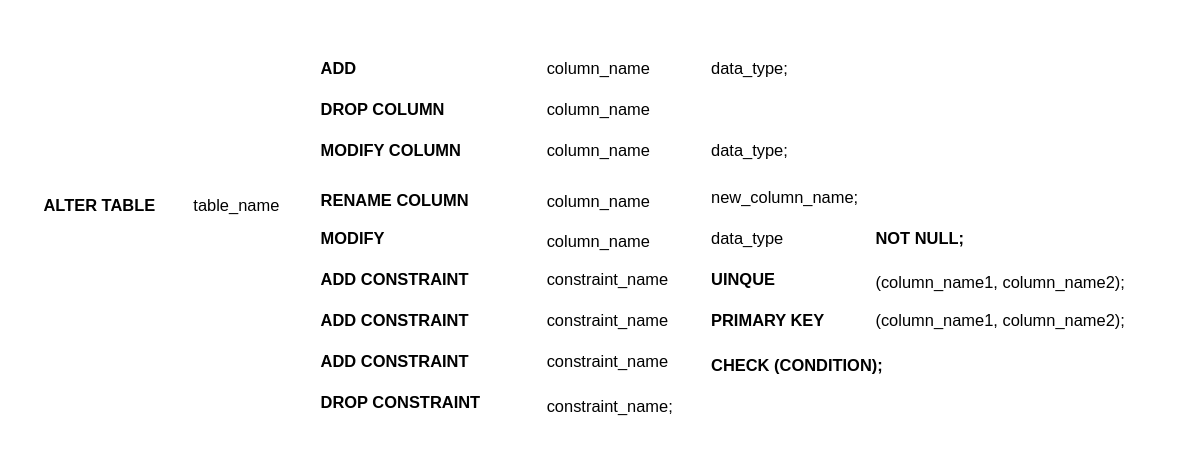
The draw.io diagram Alter Diagram.drawio in hipradeep/daigrams, before the edit. Source tidied: cells renumbered, new cells numbered last; positions are measured from the earlier drawing's top-left corner, leaving out a move shared by most shapes. Both pictures are drawn from the tidied source at 137%, with x=0, y=0 at pixel (23, 48).
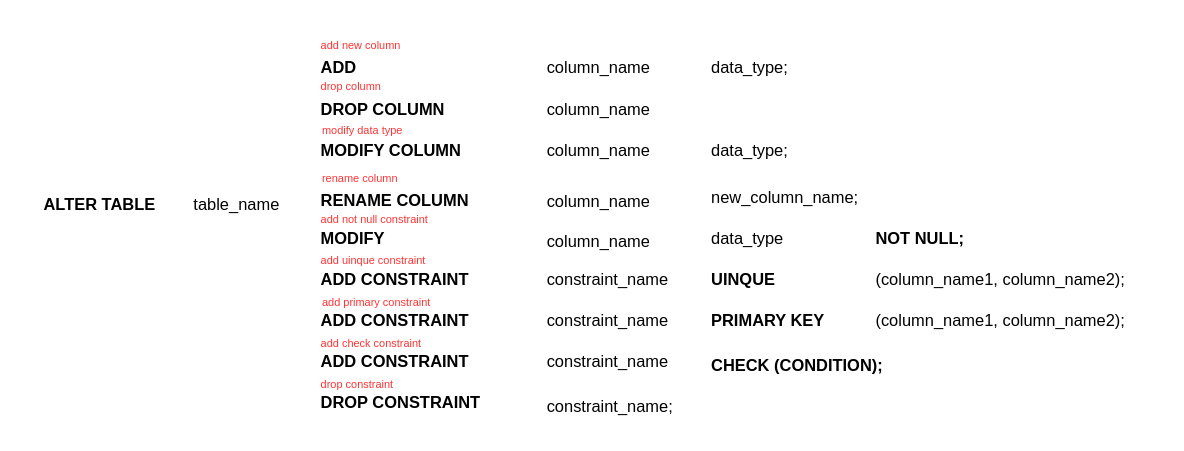
The same diagram, later.

The edit, as a diff of the source:
```diff
@@
     <mxCell id="2" value="&lt;b&gt;ALTER TABLE&lt;/b&gt;" style="text;html=1;align=center;verticalAlign=middle;strokeColor=none;fillColor=none;" parent="1" vertex="1">
-      <mxGeometry y="100" width="110" height="30" as="geometry" />
+      <mxGeometry y="99" width="110" height="30" as="geometry" />
     </mxCell>
     <mxCell id="3" value="table_name" style="text;html=1;align=center;verticalAlign=middle;strokeColor=none;fillColor=none;" parent="1" vertex="1">
-      <mxGeometry x="110" y="100" width="90" height="30" as="geometry" />
+      <mxGeometry x="110" y="99" width="90" height="30" as="geometry" />
     </mxCell>
     <mxCell id="4" value="&lt;b&gt;ADD&lt;/b&gt;" style="text;html=1;align=left;verticalAlign=middle;strokeColor=none;fillColor=none;" parent="1" vertex="1">
-      <mxGeometry x="215" width="50" height="30" as="geometry" />
+      <mxGeometry x="215" y="-1" width="50" height="30" as="geometry" />
     </mxCell>
     <mxCell id="5" value="column_name" style="text;html=1;align=left;verticalAlign=middle;strokeColor=none;fillColor=none;" parent="1" vertex="1">
-      <mxGeometry x="380" width="100" height="30" as="geometry" />
+      <mxGeometry x="380" y="-1" width="100" height="30" as="geometry" />
     </mxCell>
     <mxCell id="6" value="data_type;" style="text;html=1;align=left;verticalAlign=middle;strokeColor=none;fillColor=none;" parent="1" vertex="1">
-      <mxGeometry x="500" width="80" height="30" as="geometry" />
+      <mxGeometry x="500" y="-1" width="80" height="30" as="geometry" />
     </mxCell>
@@
     <mxCell id="17" value="(column_name1, column_name2);" style="text;html=1;align=left;verticalAlign=middle;strokeColor=none;fillColor=none;" parent="1" vertex="1">
-      <mxGeometry x="620" y="156" width="210" height="30" as="geometry" />
+      <mxGeometry x="620" y="154" width="210" height="30" as="geometry" />
     </mxCell>
@@
+    <mxCell id="32" value="&lt;font color=&quot;#ff3333&quot; style=&quot;font-size: 8px; line-height: 1.2;&quot;&gt;add new column&lt;/font&gt;" style="text;html=1;align=left;verticalAlign=middle;strokeColor=none;fillColor=none;" parent="1" vertex="1">
+      <mxGeometry x="215" y="-18" width="80" height="30" as="geometry" />
+    </mxCell>
+    <mxCell id="33" value="&lt;font color=&quot;#ff3333&quot; style=&quot;font-size: 8px; line-height: 1.2;&quot;&gt;drop column&lt;/font&gt;" style="text;html=1;align=left;verticalAlign=middle;strokeColor=none;fillColor=none;" parent="1" vertex="1">
+      <mxGeometry x="215" y="12" width="70" height="30" as="geometry" />
+    </mxCell>
+    <mxCell id="34" value="&lt;font color=&quot;#ff3333&quot; style=&quot;font-size: 8px; line-height: 1.2;&quot;&gt;modify data type&lt;/font&gt;" style="text;html=1;align=left;verticalAlign=middle;strokeColor=none;fillColor=none;" parent="1" vertex="1">
+      <mxGeometry x="216" y="44" width="80" height="30" as="geometry" />
+    </mxCell>
+    <mxCell id="35" value="&lt;font color=&quot;#ff3333&quot; style=&quot;font-size: 8px; line-height: 1.2;&quot;&gt;rename column&lt;/font&gt;" style="text;html=1;align=left;verticalAlign=middle;strokeColor=none;fillColor=none;" parent="1" vertex="1">
+      <mxGeometry x="216" y="79" width="80" height="30" as="geometry" />
+    </mxCell>
+    <mxCell id="36" value="&lt;font color=&quot;#ff3333&quot; style=&quot;font-size: 8px; line-height: 1.2;&quot;&gt;add not null constraint&lt;/font&gt;" style="text;html=1;align=left;verticalAlign=middle;strokeColor=none;fillColor=none;" parent="1" vertex="1">
+      <mxGeometry x="215" y="109" width="100" height="30" as="geometry" />
+    </mxCell>
+    <mxCell id="37" value="&lt;font color=&quot;#ff3333&quot; style=&quot;font-size: 8px; line-height: 1.2;&quot;&gt;add uinque constraint&lt;/font&gt;" style="text;html=1;align=left;verticalAlign=middle;strokeColor=none;fillColor=none;" parent="1" vertex="1">
+      <mxGeometry x="215" y="139" width="100" height="30" as="geometry" />
+    </mxCell>
+    <mxCell id="38" value="&lt;font color=&quot;#ff3333&quot; style=&quot;font-size: 8px; line-height: 1.2;&quot;&gt;add primary constraint&lt;/font&gt;" style="text;html=1;align=left;verticalAlign=middle;strokeColor=none;fillColor=none;" parent="1" vertex="1">
+      <mxGeometry x="216" y="169" width="100" height="30" as="geometry" />
+    </mxCell>
+    <mxCell id="39" value="&lt;font color=&quot;#ff3333&quot; style=&quot;font-size: 8px; line-height: 1.2;&quot;&gt;add check constraint&lt;/font&gt;" style="text;html=1;align=left;verticalAlign=middle;strokeColor=none;fillColor=none;" parent="1" vertex="1">
+      <mxGeometry x="215" y="199" width="100" height="30" as="geometry" />
+    </mxCell>
+    <mxCell id="40" value="&lt;font color=&quot;#ff3333&quot; style=&quot;font-size: 8px; line-height: 1.2;&quot;&gt;drop constraint&lt;/font&gt;" style="text;html=1;align=left;verticalAlign=middle;strokeColor=none;fillColor=none;" parent="1" vertex="1">
+      <mxGeometry x="215" y="229" width="80" height="30" as="geometry" />
+    </mxCell>
```
